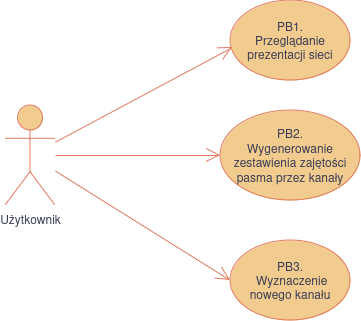
mGarbowski/pzsp2-projekt keeps this draw.io diagram as docs/diagrams/business-use-cases.drawio.png. Above is the earlier version. Source tidied: cells renumbered, new cells last; positions are measured from the earlier drawing's top-left corner, leaving out a move shared by most shapes.
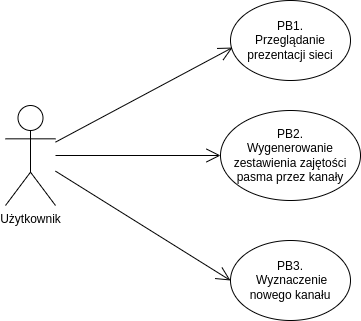
Later version of the same file.

What changed in the source:
```diff
@@ -2,25 +2,25 @@
   <root>
     <mxCell id="0" />
     <mxCell id="1" parent="0" />
-    <mxCell id="2" value="&lt;div&gt;PB1.&lt;/div&gt;&lt;div&gt;Przeglądanie prezentacji sieci&lt;/div&gt;" style="ellipse;whiteSpace=wrap;html=1;labelBackgroundColor=none;fillColor=#F2CC8F;strokeColor=#E07A5F;fontColor=#393C56;" parent="1" vertex="1">
+    <mxCell id="2" value="&lt;div&gt;PB1.&lt;/div&gt;&lt;div&gt;Przeglądanie prezentacji sieci&lt;/div&gt;" style="ellipse;whiteSpace=wrap;html=1;labelBackgroundColor=none;" parent="1" vertex="1">
       <mxGeometry x="225" width="120" height="80" as="geometry" />
     </mxCell>
-    <mxCell id="3" value="&lt;div&gt;PB2.&lt;/div&gt;&lt;div&gt;Wygenerowanie zestawienia zajętości pasma przez kanały&lt;br&gt;&lt;/div&gt;" style="ellipse;whiteSpace=wrap;html=1;labelBackgroundColor=none;fillColor=#F2CC8F;strokeColor=#E07A5F;fontColor=#393C56;" parent="1" vertex="1">
+    <mxCell id="3" value="&lt;div&gt;PB2.&lt;/div&gt;&lt;div&gt;Wygenerowanie zestawienia zajętości pasma przez kanały&lt;br&gt;&lt;/div&gt;" style="ellipse;whiteSpace=wrap;html=1;labelBackgroundColor=none;" parent="1" vertex="1">
       <mxGeometry x="215" y="110" width="140" height="90" as="geometry" />
     </mxCell>
-    <mxCell id="4" value="&lt;div&gt;PB3.&lt;/div&gt;&lt;div&gt;&amp;nbsp;Wyznaczenie nowego kanału&lt;br&gt;&lt;/div&gt;" style="ellipse;whiteSpace=wrap;html=1;labelBackgroundColor=none;fillColor=#F2CC8F;strokeColor=#E07A5F;fontColor=#393C56;" parent="1" vertex="1">
+    <mxCell id="4" value="&lt;div&gt;PB3.&lt;/div&gt;&lt;div&gt;&amp;nbsp;Wyznaczenie nowego kanału&lt;br&gt;&lt;/div&gt;" style="ellipse;whiteSpace=wrap;html=1;labelBackgroundColor=none;" parent="1" vertex="1">
       <mxGeometry x="225" y="240" width="120" height="80" as="geometry" />
     </mxCell>
-    <mxCell id="5" value="Użytkownik" style="shape=umlActor;verticalLabelPosition=bottom;verticalAlign=top;html=1;outlineConnect=0;labelBackgroundColor=none;fillColor=#F2CC8F;strokeColor=#E07A5F;fontColor=#393C56;" parent="1" vertex="1">
+    <mxCell id="5" value="Użytkownik" style="shape=umlActor;verticalLabelPosition=bottom;verticalAlign=top;html=1;outlineConnect=0;labelBackgroundColor=none;" parent="1" vertex="1">
       <mxGeometry y="105" width="50" height="100" as="geometry" />
     </mxCell>
-    <mxCell id="6" style="endArrow=open;endFill=1;endSize=12;html=1;rounded=0;entryX=0.017;entryY=0.588;entryDx=0;entryDy=0;entryPerimeter=0;labelBackgroundColor=none;strokeColor=#E07A5F;fontColor=default;" parent="1" edge="1" source="5" target="2">
+    <mxCell id="6" style="endArrow=open;endFill=1;endSize=12;html=1;rounded=0;entryX=0.017;entryY=0.588;entryDx=0;entryDy=0;entryPerimeter=0;labelBackgroundColor=none;fontColor=default;" parent="1" edge="1" source="5" target="2">
       <mxGeometry relative="1" as="geometry" />
     </mxCell>
-    <mxCell id="7" style="endArrow=open;endFill=1;endSize=12;html=1;rounded=0;entryX=0;entryY=0.5;entryDx=0;entryDy=0;labelBackgroundColor=none;strokeColor=#E07A5F;fontColor=default;" parent="1" edge="1" source="5" target="3">
+    <mxCell id="7" style="endArrow=open;endFill=1;endSize=12;html=1;rounded=0;entryX=0;entryY=0.5;entryDx=0;entryDy=0;labelBackgroundColor=none;fontColor=default;" parent="1" edge="1" source="5" target="3">
       <mxGeometry relative="1" as="geometry" />
     </mxCell>
-    <mxCell id="8" style="endArrow=open;endFill=1;endSize=12;html=1;rounded=0;entryX=0;entryY=0.5;entryDx=0;entryDy=0;labelBackgroundColor=none;strokeColor=#E07A5F;fontColor=default;" parent="1" edge="1" source="5" target="4">
+    <mxCell id="8" style="endArrow=open;endFill=1;endSize=12;html=1;rounded=0;entryX=0;entryY=0.5;entryDx=0;entryDy=0;labelBackgroundColor=none;fontColor=default;" parent="1" edge="1" source="5" target="4">
       <mxGeometry relative="1" as="geometry" />
     </mxCell>
   </root>
```
